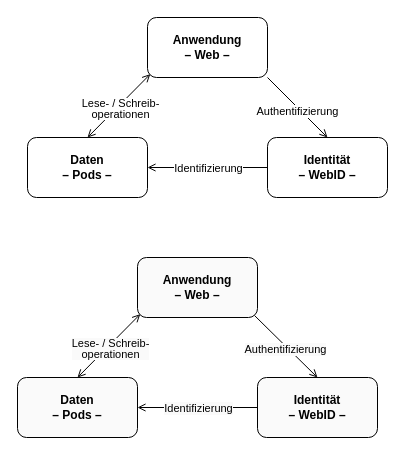
Above: page "triangle" (3 of 9) of shared/assets/assets.drawio in nicosrm/25-sez-solid (draw.io), before the change. Source tidied: cells renumbered, new cells numbered last; positions are measured from the earlier drawing's top-left corner, leaving out a move shared by most shapes. Both pictures are drawn from the tidied source at 100%, with x=0, y=0 at pixel (17, 17).
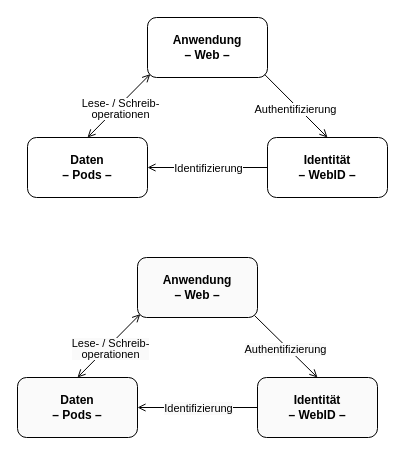
After the change.

Unchanged cells that the change refers to:
```xml
<mxCell id="6" value="&lt;font face=&quot;CMU&quot;&gt;Anwendung&lt;br&gt;– Web –&lt;/font&gt;" style="rounded=1;whiteSpace=wrap;html=1;fontStyle=1;fillColor=none;" parent="1" vertex="1">
  <mxGeometry x="130" width="120" height="60" as="geometry" />
</mxCell>
<mxCell id="10" value="&lt;div&gt;&lt;font face=&quot;CMU&quot;&gt;Identität&lt;/font&gt;&lt;/div&gt;&lt;div&gt;&lt;font face=&quot;CMU&quot;&gt;– WebID –&lt;/font&gt;&lt;/div&gt;" style="rounded=1;whiteSpace=wrap;html=1;fontStyle=1;fillColor=none;" parent="1" vertex="1">
  <mxGeometry x="250" y="120" width="120" height="60" as="geometry" />
</mxCell>
```

Change to the diagram source:
```diff
@@
-    <mxCell id="4" style="rounded=0;jettySize=auto;html=1;exitX=1;exitY=1;exitDx=0;exitDy=0;entryX=0.5;entryY=0;entryDx=0;entryDy=0;endArrow=open;startFill=0;endFill=0;" parent="1" edge="1" source="6" target="10">
+    <mxCell id="4" style="rounded=0;jettySize=auto;html=1;exitX=0.977;exitY=0.952;exitDx=0;exitDy=0;entryX=0.5;entryY=0;entryDx=0;entryDy=0;endArrow=open;startFill=0;endFill=0;exitPerimeter=0;" parent="1" edge="1" source="6" target="10">
       <mxGeometry relative="1" as="geometry" />
     </mxCell>
```
